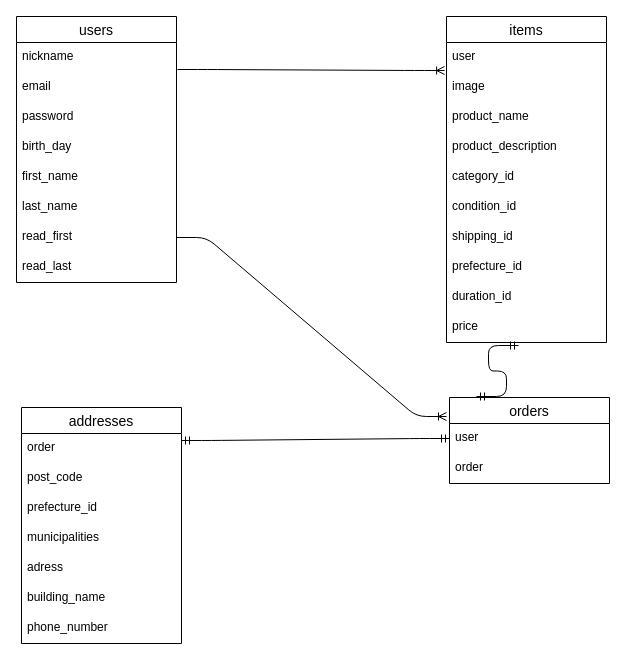
necori/furima-40432 keeps this draw.io diagram as erzu.dio. Above is the earlier version. Source tidied: cells renumbered, new cells numbered last; positions are measured from the earlier drawing's top-left corner, leaving out a move shared by most shapes. Both pictures are drawn from the tidied source at 100%, with x=0, y=0 at pixel (16, 16).
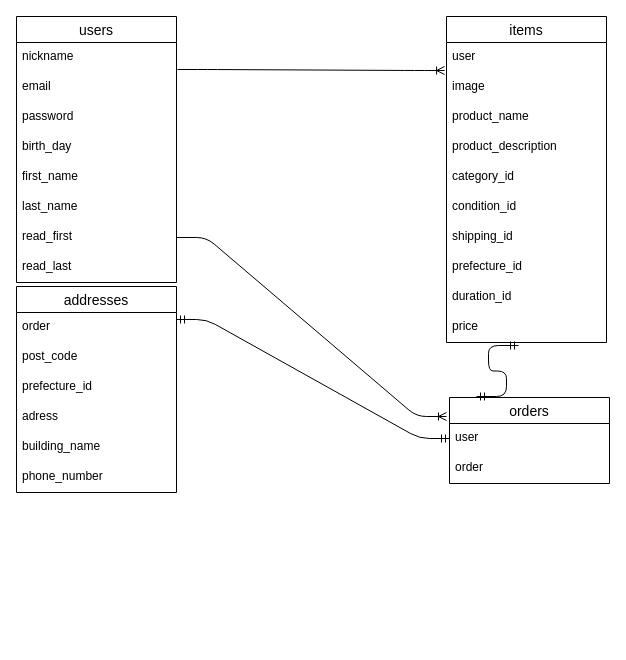
The same page after the edit.

The edit, as a diff of the source:
```diff
@@
     <mxCell id="22" value="addresses" style="swimlane;fontStyle=0;horizontal=1;startSize=26;align=center;fontSize=14;" parent="1" vertex="1">
-      <mxGeometry x="5" y="391" width="160" height="236" as="geometry" />
+      <mxGeometry y="270" width="160" height="206" as="geometry" />
     </mxCell>
@@
-    <mxCell id="26" value="municipalities" style="text;strokeColor=none;fillColor=none;spacingLeft=4;spacingRight=4;overflow=hidden;fontSize=12;" parent="22" vertex="1">
-      <mxGeometry y="116" width="160" height="30" as="geometry" />
-    </mxCell>
     <mxCell id="27" value="adress" style="text;strokeColor=none;fillColor=none;spacingLeft=4;spacingRight=4;overflow=hidden;fontSize=12;" parent="22" vertex="1">
-      <mxGeometry y="146" width="160" height="30" as="geometry" />
+      <mxGeometry y="116" width="160" height="30" as="geometry" />
     </mxCell>
     <mxCell id="28" value="building_name" style="text;strokeColor=none;fillColor=none;spacingLeft=4;spacingRight=4;overflow=hidden;fontSize=12;" parent="22" vertex="1">
-      <mxGeometry y="176" width="160" height="30" as="geometry" />
+      <mxGeometry y="146" width="160" height="30" as="geometry" />
     </mxCell>
     <mxCell id="29" value="phone_number" style="text;strokeColor=none;fillColor=none;spacingLeft=4;spacingRight=4;overflow=hidden;fontSize=12;" parent="22" vertex="1">
-      <mxGeometry y="206" width="160" height="30" as="geometry" />
+      <mxGeometry y="176" width="160" height="30" as="geometry" />
     </mxCell>
```
